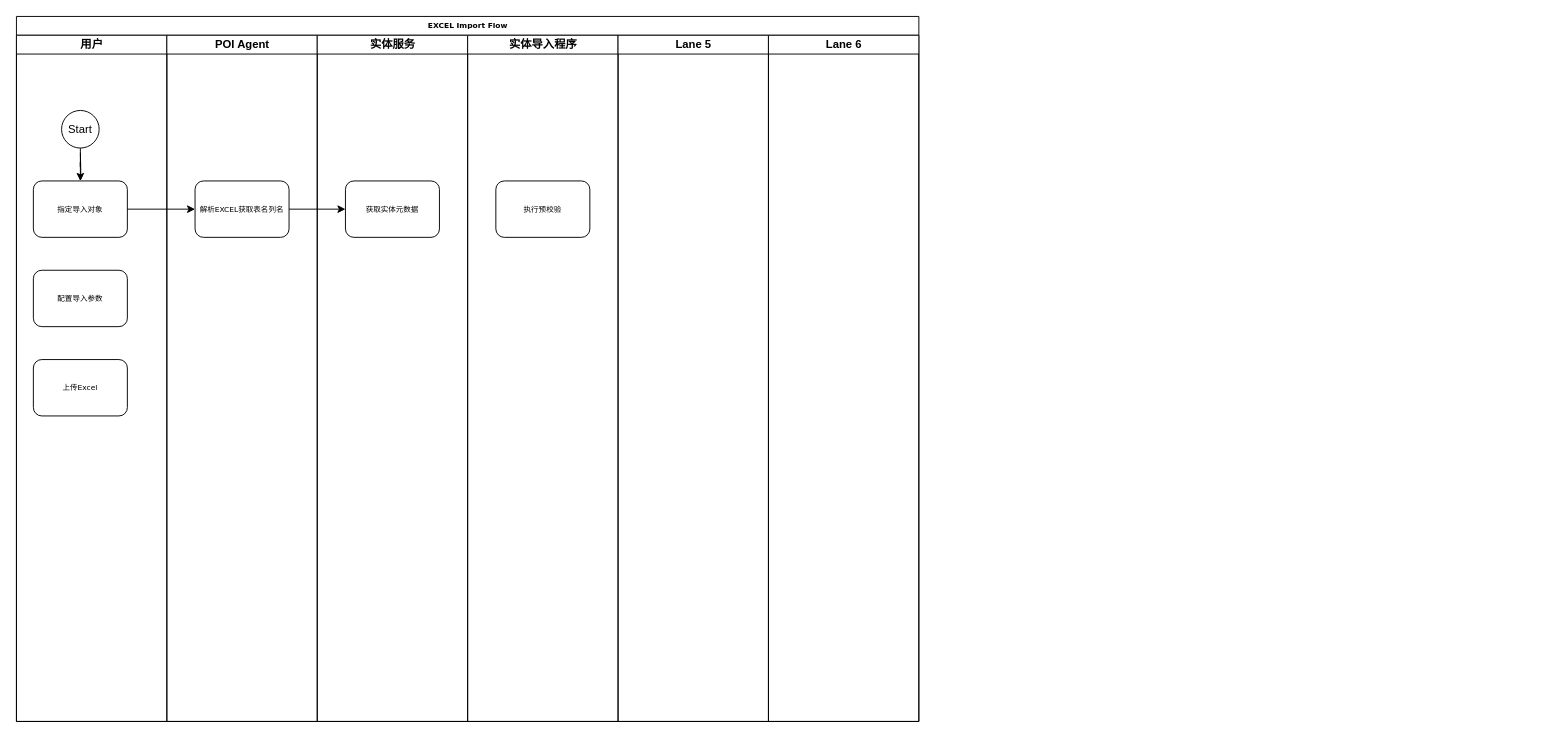
Mellonlee/DRAWIO_PUB keeps this draw.io diagram as Excel-import.drawio. Above is the earlier version. Source tidied: cells renumbered, new cells numbered last; positions are measured from the earlier drawing's top-left corner, leaving out a move shared by most shapes. Both pictures are drawn from the tidied source at 94%, with x=0, y=0 at pixel (16, 16).
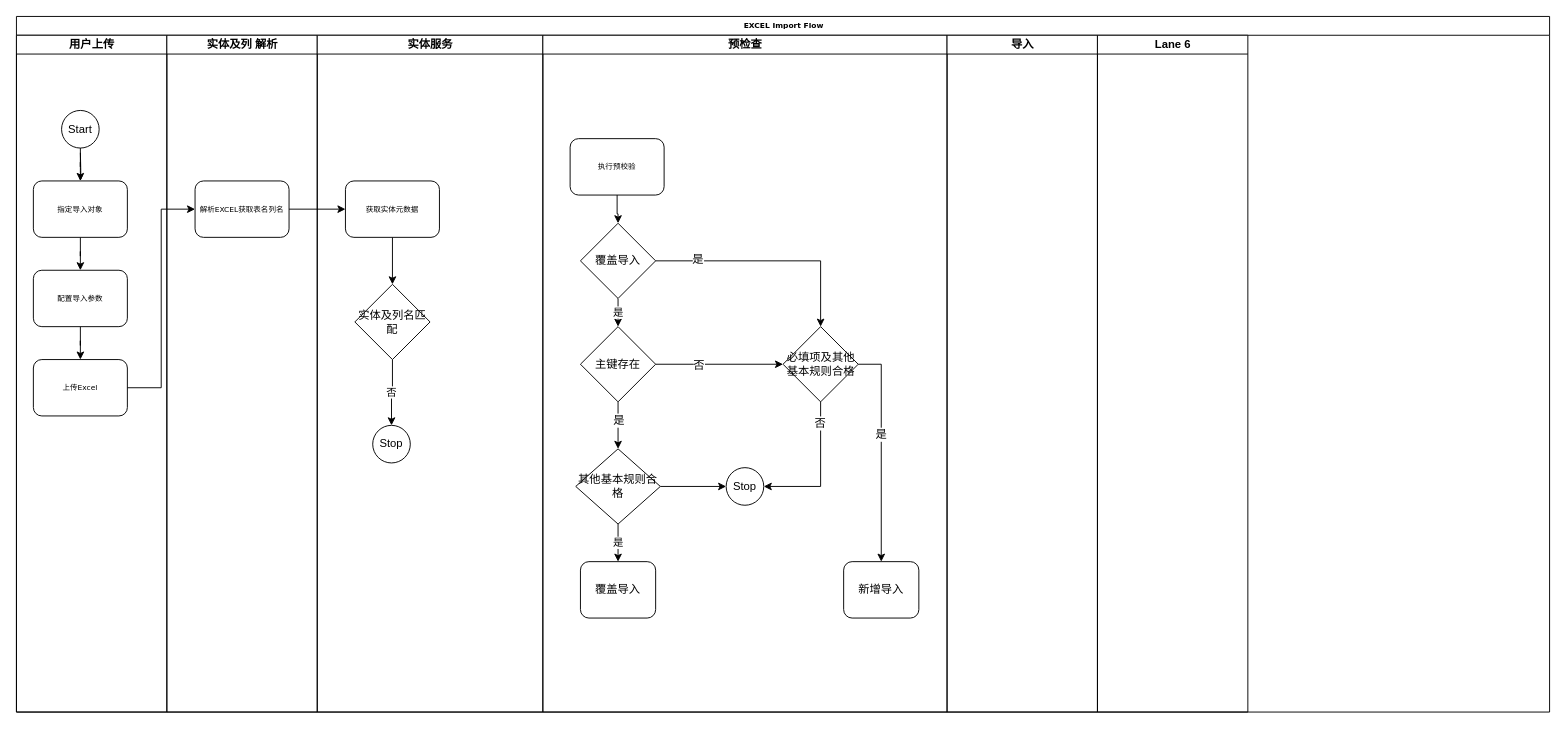
After the change.

Unchanged cells that the change refers to:
```xml
<mxCell id="10" value="指定导入对象" style="rounded=1;whiteSpace=wrap;html=1;shadow=0;labelBackgroundColor=none;strokeColor=#000000;strokeWidth=1;fillColor=#ffffff;fontFamily=Verdana;fontSize=8;fontColor=#000000;align=center;" parent="9" vertex="1">
  <mxGeometry x="18" y="155" width="100" height="60" as="geometry" />
</mxCell>
<mxCell id="14" value="配置导入参数" style="rounded=1;whiteSpace=wrap;html=1;shadow=0;labelBackgroundColor=none;strokeColor=#000000;strokeWidth=1;fillColor=#ffffff;fontFamily=Verdana;fontSize=8;fontColor=#000000;align=center;" parent="9" vertex="1">
  <mxGeometry x="18" y="250" width="100" height="60" as="geometry" />
</mxCell>
<mxCell id="15" value="上传Excel" style="rounded=1;whiteSpace=wrap;html=1;shadow=0;labelBackgroundColor=none;strokeColor=#000000;strokeWidth=1;fillColor=#ffffff;fontFamily=Verdana;fontSize=8;fontColor=#000000;align=center;" parent="9" vertex="1">
  <mxGeometry x="18" y="345" width="100" height="60" as="geometry" />
</mxCell>
<mxCell id="17" value="解析EXCEL获取表名列名" style="rounded=1;whiteSpace=wrap;html=1;shadow=0;labelBackgroundColor=none;strokeColor=#000000;strokeWidth=1;fillColor=#ffffff;fontFamily=Verdana;fontSize=8;fontColor=#000000;align=center;" parent="16" vertex="1">
  <mxGeometry x="30" y="155" width="100" height="60" as="geometry" />
</mxCell>
<mxCell id="19" value="获取实体元数据" style="rounded=1;whiteSpace=wrap;html=1;shadow=0;labelBackgroundColor=none;strokeColor=#000000;strokeWidth=1;fillColor=#ffffff;fontFamily=Verdana;fontSize=8;fontColor=#000000;align=center;" parent="18" vertex="1">
  <mxGeometry x="30" y="155" width="100" height="60" as="geometry" />
</mxCell>
```

Diff of the diagram source:
```diff
@@
     <mxCell id="2" value="EXCEL Import Flow" style="swimlane;html=1;startSize=20;rounded=0;shadow=0;labelBackgroundColor=none;strokeColor=#000000;strokeWidth=1;fillColor=#ffffff;fontFamily=Verdana;fontSize=8;fontColor=#000000;align=center;" parent="1" vertex="1">
-      <mxGeometry width="960" height="750" as="geometry" />
+      <mxGeometry width="1631" height="740" as="geometry" />
     </mxCell>
@@
-    <mxCell id="9" value="用户" style="swimlane;html=1;startSize=20;" parent="2" vertex="1">
-      <mxGeometry y="20" width="160" height="730" as="geometry" />
+    <mxCell id="9" value="用户上传" style="swimlane;html=1;startSize=20;" parent="2" vertex="1">
+      <mxGeometry y="20" width="160" height="720" as="geometry" />
     </mxCell>
+    <mxCell id="28" style="edgeStyle=orthogonalEdgeStyle;rounded=0;jettySize=auto;html=1;" parent="9" edge="1" source="10" target="14">
+      <mxGeometry relative="1" as="geometry" />
+    </mxCell>
@@
+    <mxCell id="29" style="edgeStyle=orthogonalEdgeStyle;rounded=0;jettySize=auto;html=1;" parent="9" edge="1" source="14" target="15">
+      <mxGeometry relative="1" as="geometry" />
+    </mxCell>
@@
-    <mxCell id="16" value="POI Agent" style="swimlane;html=1;startSize=20;" parent="2" vertex="1">
-      <mxGeometry x="160" y="20" width="160" height="730" as="geometry" />
+    <mxCell id="16" value="实体及列 解析" style="swimlane;html=1;startSize=20;" parent="2" vertex="1">
+      <mxGeometry x="160" y="20" width="160" height="720" as="geometry" />
     </mxCell>
@@
-    <mxCell id="18" value="实体服务" style="swimlane;html=1;startSize=20;" parent="2" vertex="1">
-      <mxGeometry x="320" y="20" width="160" height="730" as="geometry" />
+    <mxCell id="18" value="实体服务" style="swimlane;html=1;startSize=20;direction=east;" parent="2" vertex="1">
+      <mxGeometry x="320" y="20" width="240" height="720" as="geometry" />
     </mxCell>
+    <mxCell id="30" style="edgeStyle=orthogonalEdgeStyle;rounded=0;jettySize=auto;html=1;" parent="18" edge="1" source="19" target="32">
+      <mxGeometry relative="1" as="geometry" />
+    </mxCell>
@@
+    <mxCell id="31" value="否" style="edgeStyle=orthogonalEdgeStyle;rounded=0;jettySize=auto;html=1;" parent="18" edge="1" source="32" target="33">
+      <mxGeometry relative="1" as="geometry" />
+    </mxCell>
+    <mxCell id="32" value="实体及列名匹配" style="rhombus;whiteSpace=wrap;html=1;" parent="18" vertex="1">
+      <mxGeometry x="40" y="265" width="80" height="80" as="geometry" />
+    </mxCell>
+    <mxCell id="33" value="Stop" style="ellipse;whiteSpace=wrap;html=1;" parent="18" vertex="1">
+      <mxGeometry x="59" y="415" width="40" height="40" as="geometry" />
+    </mxCell>
-    <mxCell id="20" value="实体导入程序" style="swimlane;html=1;startSize=20;" parent="2" vertex="1">
-      <mxGeometry x="480" y="20" width="160" height="730" as="geometry" />
+    <mxCell id="20" value="预检查" style="swimlane;html=1;startSize=20;" parent="2" vertex="1">
+      <mxGeometry x="560" y="20" width="430" height="720" as="geometry" />
     </mxCell>
+    <mxCell id="34" style="edgeStyle=orthogonalEdgeStyle;rounded=0;jettySize=auto;html=1;exitX=0.5;exitY=1;exitDx=0;exitDy=0;" parent="20" edge="1" source="21" target="38">
+      <mxGeometry relative="1" as="geometry" />
+    </mxCell>
     <mxCell id="21" value="执行预校验" style="rounded=1;whiteSpace=wrap;html=1;shadow=0;labelBackgroundColor=none;strokeColor=#000000;strokeWidth=1;fillColor=#ffffff;fontFamily=Verdana;fontSize=8;fontColor=#000000;align=center;" parent="20" vertex="1">
-      <mxGeometry x="30" y="155" width="100" height="60" as="geometry" />
+      <mxGeometry x="29" y="110" width="100" height="60" as="geometry" />
     </mxCell>
+    <mxCell id="35" value="是" style="edgeStyle=orthogonalEdgeStyle;rounded=0;jettySize=auto;html=1;entryX=0.5;entryY=0;entryDx=0;entryDy=0;" parent="20" edge="1" source="38" target="43">
+      <mxGeometry relative="1" as="geometry" />
+    </mxCell>
+    <mxCell id="36" style="edgeStyle=orthogonalEdgeStyle;rounded=0;jettySize=auto;html=1;entryX=0.5;entryY=0;entryDx=0;entryDy=0;" parent="20" edge="1" source="38" target="52">
+      <mxGeometry relative="1" as="geometry" />
+    </mxCell>
+    <mxCell id="37" value="是" style="text;html=1;align=center;verticalAlign=middle;labelBackgroundColor=#ffffff;" parent="36" vertex="1">
+      <mxGeometry x="-0.64" y="2" relative="1" as="geometry" />
+    </mxCell>
+    <mxCell id="38" value="覆盖导入" style="rhombus;whiteSpace=wrap;html=1;" parent="20" vertex="1">
+      <mxGeometry x="40" y="200" width="80" height="80" as="geometry" />
+    </mxCell>
+    <mxCell id="39" style="edgeStyle=orthogonalEdgeStyle;rounded=0;jettySize=auto;html=1;entryX=0;entryY=0.5;entryDx=0;entryDy=0;" parent="20" edge="1" source="43" target="52">
+      <mxGeometry relative="1" as="geometry" />
+    </mxCell>
+    <mxCell id="40" value="否" style="text;html=1;align=center;verticalAlign=middle;labelBackgroundColor=#ffffff;" parent="39" vertex="1">
+      <mxGeometry x="-0.33" y="-1" relative="1" as="geometry" />
+    </mxCell>
+    <mxCell id="41" style="edgeStyle=orthogonalEdgeStyle;rounded=0;jettySize=auto;html=1;" parent="20" edge="1" source="43" target="46">
+      <mxGeometry relative="1" as="geometry" />
+    </mxCell>
+    <mxCell id="42" value="是" style="text;html=1;align=center;verticalAlign=middle;labelBackgroundColor=#ffffff;" parent="41" vertex="1">
+      <mxGeometry x="-0.24" relative="1" as="geometry" />
+    </mxCell>
+    <mxCell id="43" value="主键存在" style="rhombus;whiteSpace=wrap;html=1;" parent="20" vertex="1">
+      <mxGeometry x="40" y="310" width="80" height="80" as="geometry" />
+    </mxCell>
+    <mxCell id="44" value="是" style="edgeStyle=orthogonalEdgeStyle;rounded=0;jettySize=auto;html=1;exitX=0.5;exitY=1;exitDx=0;exitDy=0;" parent="20" edge="1" source="46" target="47">
+      <mxGeometry relative="1" as="geometry" />
+    </mxCell>
+    <mxCell id="45" style="edgeStyle=orthogonalEdgeStyle;rounded=0;jettySize=auto;html=1;exitX=1;exitY=0.5;exitDx=0;exitDy=0;" parent="20" edge="1" source="46" target="54">
+      <mxGeometry relative="1" as="geometry" />
+    </mxCell>
+    <mxCell id="46" value="其他基本规则合格" style="rhombus;whiteSpace=wrap;html=1;" parent="20" vertex="1">
+      <mxGeometry x="35" y="440" width="90" height="80" as="geometry" />
+    </mxCell>
+    <mxCell id="47" value="覆盖导入" style="rounded=1;whiteSpace=wrap;html=1;" parent="20" vertex="1">
+      <mxGeometry x="40" y="560" width="80" height="60" as="geometry" />
+    </mxCell>
+    <mxCell id="48" style="edgeStyle=orthogonalEdgeStyle;rounded=0;jettySize=auto;html=1;exitX=1;exitY=0.5;exitDx=0;exitDy=0;" parent="20" edge="1" source="52" target="53">
+      <mxGeometry relative="1" as="geometry" />
+    </mxCell>
+    <mxCell id="49" value="是" style="text;html=1;align=center;verticalAlign=middle;labelBackgroundColor=#ffffff;" parent="48" vertex="1">
+      <mxGeometry x="0.01" y="-19" relative="1" as="geometry">
+        <mxPoint x="18" y="-19" as="offset" />
+      </mxGeometry>
+    </mxCell>
+    <mxCell id="50" style="edgeStyle=orthogonalEdgeStyle;rounded=0;jettySize=auto;html=1;exitX=0.5;exitY=1;exitDx=0;exitDy=0;entryX=1;entryY=0.5;entryDx=0;entryDy=0;" parent="20" edge="1" source="52" target="54">
+      <mxGeometry relative="1" as="geometry" />
+    </mxCell>
+    <mxCell id="51" value="否" style="text;html=1;align=center;verticalAlign=middle;labelBackgroundColor=#ffffff;" parent="50" vertex="1">
+      <mxGeometry x="-0.71" y="-1" relative="1" as="geometry" />
+    </mxCell>
+    <mxCell id="52" value="必填项及其他基本规则合格&lt;br&gt;" style="rhombus;whiteSpace=wrap;html=1;" parent="20" vertex="1">
+      <mxGeometry x="255.5" y="310" width="80" height="80" as="geometry" />
+    </mxCell>
+    <mxCell id="53" value="新增导入" style="rounded=1;whiteSpace=wrap;html=1;" parent="20" vertex="1">
+      <mxGeometry x="320" y="560" width="80" height="60" as="geometry" />
+    </mxCell>
+    <mxCell id="54" value="Stop" style="ellipse;whiteSpace=wrap;html=1;" parent="20" vertex="1">
+      <mxGeometry x="195" y="460" width="40" height="40" as="geometry" />
+    </mxCell>
-    <mxCell id="22" value="Lane 5" style="swimlane;html=1;startSize=20;" parent="2" vertex="1">
-      <mxGeometry x="640" y="20" width="160" height="730" as="geometry" />
+    <mxCell id="22" value="导入" style="swimlane;html=1;startSize=20;" parent="2" vertex="1">
+      <mxGeometry x="990" y="20" width="160" height="720" as="geometry" />
     </mxCell>
@@
     <mxCell id="25" value="Lane 6" style="swimlane;html=1;startSize=20;" parent="2" vertex="1">
-      <mxGeometry x="800" y="20" width="160" height="730" as="geometry" />
+      <mxGeometry x="1150" y="20" width="160" height="720" as="geometry" />
     </mxCell>
-    <mxCell id="26" style="edgeStyle=orthogonalEdgeStyle;rounded=0;jettySize=auto;html=1;" parent="2" edge="1" source="10" target="17">
+    <mxCell id="26" style="edgeStyle=orthogonalEdgeStyle;rounded=0;jettySize=auto;html=1;exitX=1;exitY=0.5;exitDx=0;exitDy=0;entryX=0;entryY=0.5;entryDx=0;entryDy=0;" parent="2" edge="1" source="15" target="17">
       <mxGeometry relative="1" as="geometry" />
     </mxCell>
```
